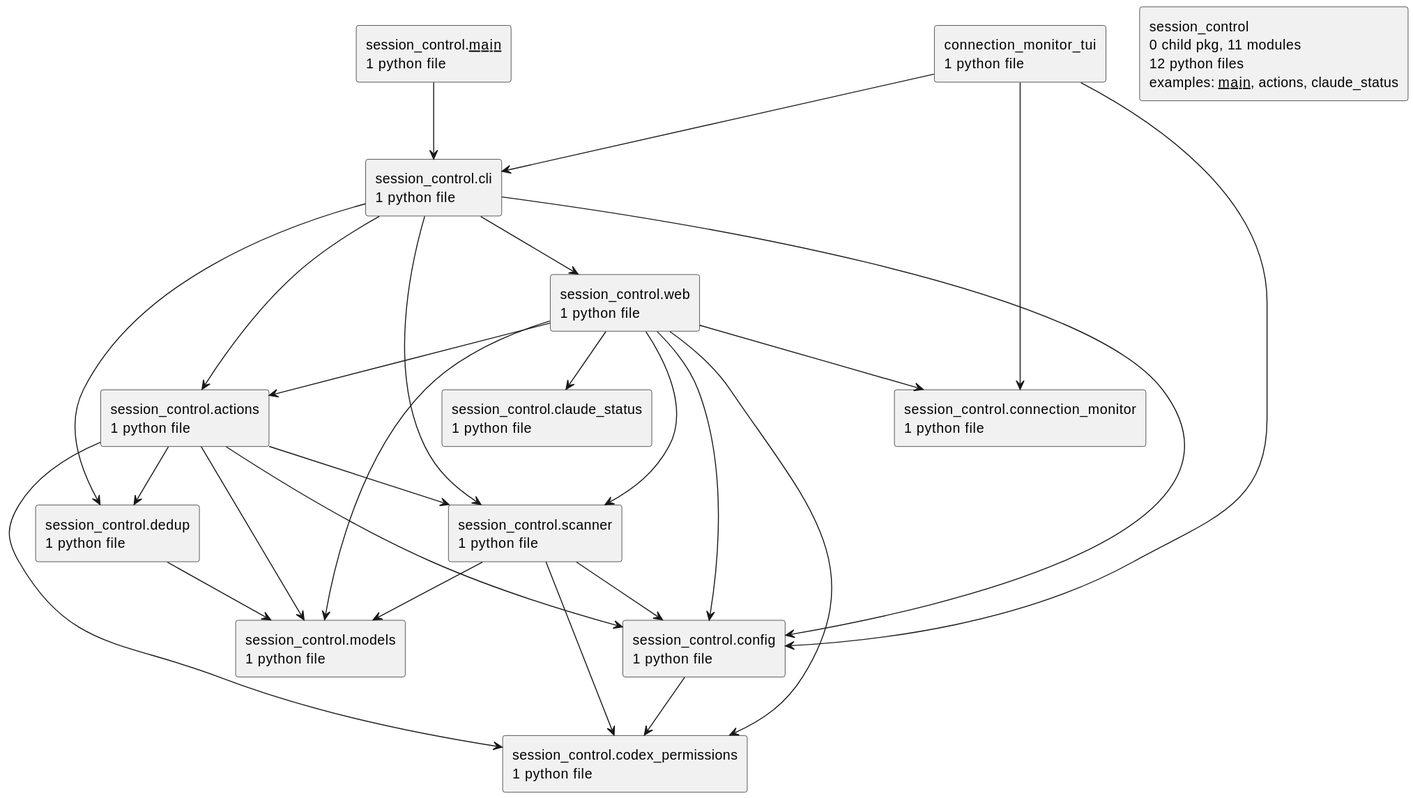
Above: docs/diagrams/python-packages.puml.svg in casonk/session-control (PlantUML), before the change.
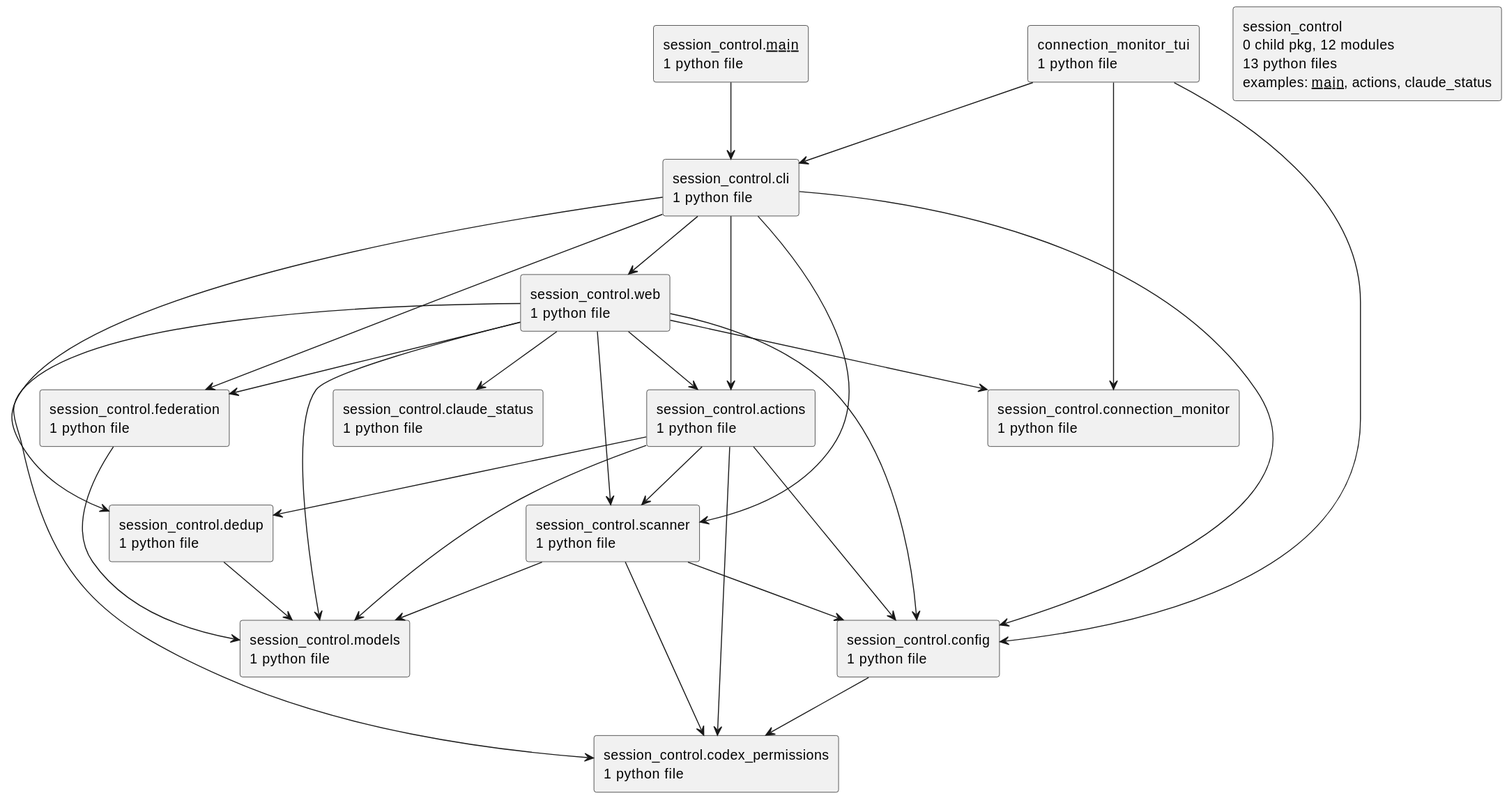
After the change.

What changed in the source:
```diff
@@ -3,7 +3,7 @@
 top to bottom direction
 skinparam componentStyle rectangle
 rectangle "connection_monitor_tui\n1 python file" as connection_monitor_tui
-rectangle "session_control\n0 child pkg, 11 modules\n12 python files\nexamples: __main__, actions, claude_status" as session_control
+rectangle "session_control\n0 child pkg, 12 modules\n13 python files\nexamples: __main__, actions, claude_status" as session_control
 rectangle "session_control.__main__\n1 python file" as session_control.__main__
 rectangle "session_control.actions\n1 python file" as session_control.actions
 rectangle "session_control.claude_status\n1 python file" as session_control.claude_status
@@ -12,6 +12,7 @@
 rectangle "session_control.config\n1 python file" as session_control.config
 rectangle "session_control.connection_monitor\n1 python file" as session_control.connection_monitor
 rectangle "session_control.dedup\n1 python file" as session_control.dedup
+rectangle "session_control.federation\n1 python file" as session_control.federation
 rectangle "session_control.models\n1 python file" as session_control.models
 rectangle "session_control.scanner\n1 python file" as session_control.scanner
 rectangle "session_control.web\n1 python file" as session_control.web
@@ -27,10 +28,12 @@
 session_control.cli --> session_control.actions
 session_control.cli --> session_control.config
 session_control.cli --> session_control.dedup
+session_control.cli --> session_control.federation
 session_control.cli --> session_control.scanner
 session_control.cli --> session_control.web
 session_control.config --> session_control.codex_permissions
 session_control.dedup --> session_control.models
+session_control.federation --> session_control.models
 session_control.scanner --> session_control.codex_permissions
 session_control.scanner --> session_control.config
 session_control.scanner --> session_control.models
@@ -39,6 +42,7 @@
 session_control.web --> session_control.codex_permissions
 session_control.web --> session_control.config
 session_control.web --> session_control.connection_monitor
+session_control.web --> session_control.federation
 session_control.web --> session_control.models
 session_control.web --> session_control.scanner
 @enduml
```
